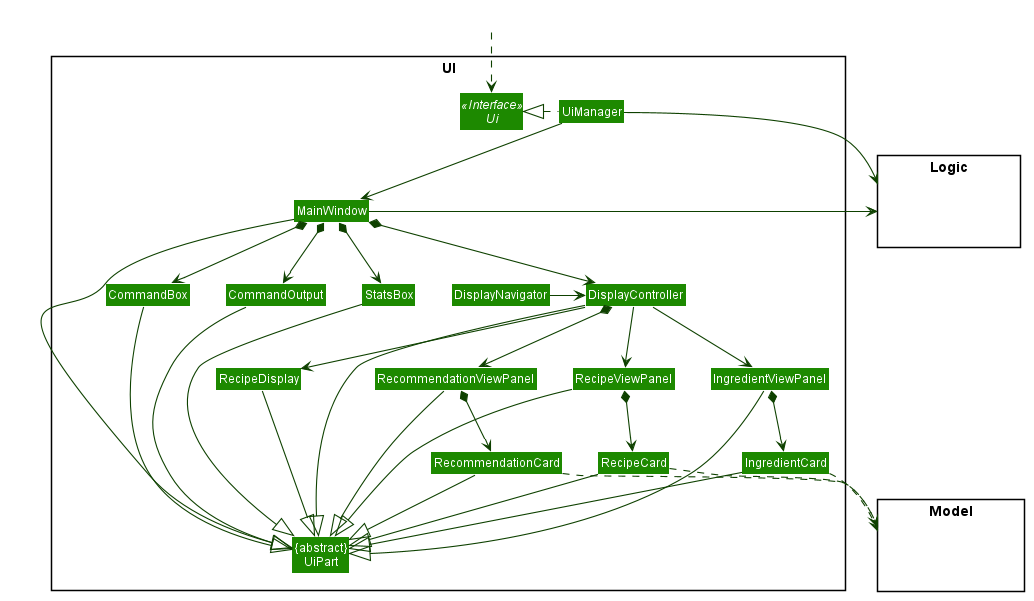
nus-cs2103-AY2021S1/tp keeps this PlantUML diagram as docs/images/dg/UiClassDiagram.png. Above is the earlier version.
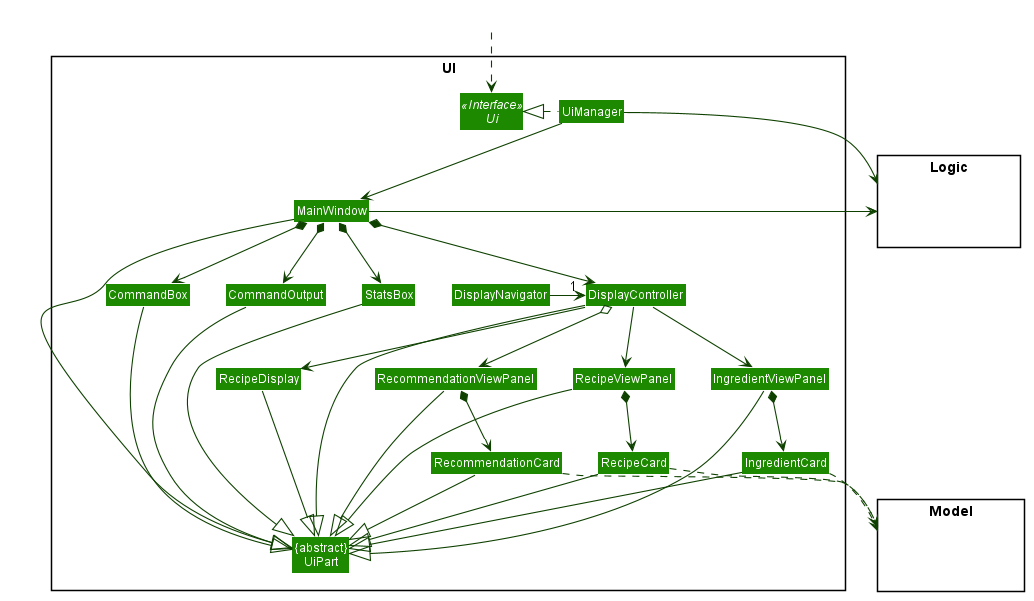
After the commit.

Commit message:
Fix another nit in UiClassDiagram

The edit, as a diff of the source:
```diff
@@ -92,8 +92,8 @@
 DisplayController -down-> IngredientViewPanel
 DisplayController -down-> RecipeDisplay
 MainWindow *-down-> CommandBox
-DisplayController *-down-> RecommendationViewPanel
-DisplayNavigator -right-> DisplayController
+DisplayController o-down-> RecommendationViewPanel
+DisplayNavigator -right-> "1" DisplayController
 
 RecipeViewPanel *-down-> RecipeCard
 IngredientViewPanel *-down-> IngredientCard
```
